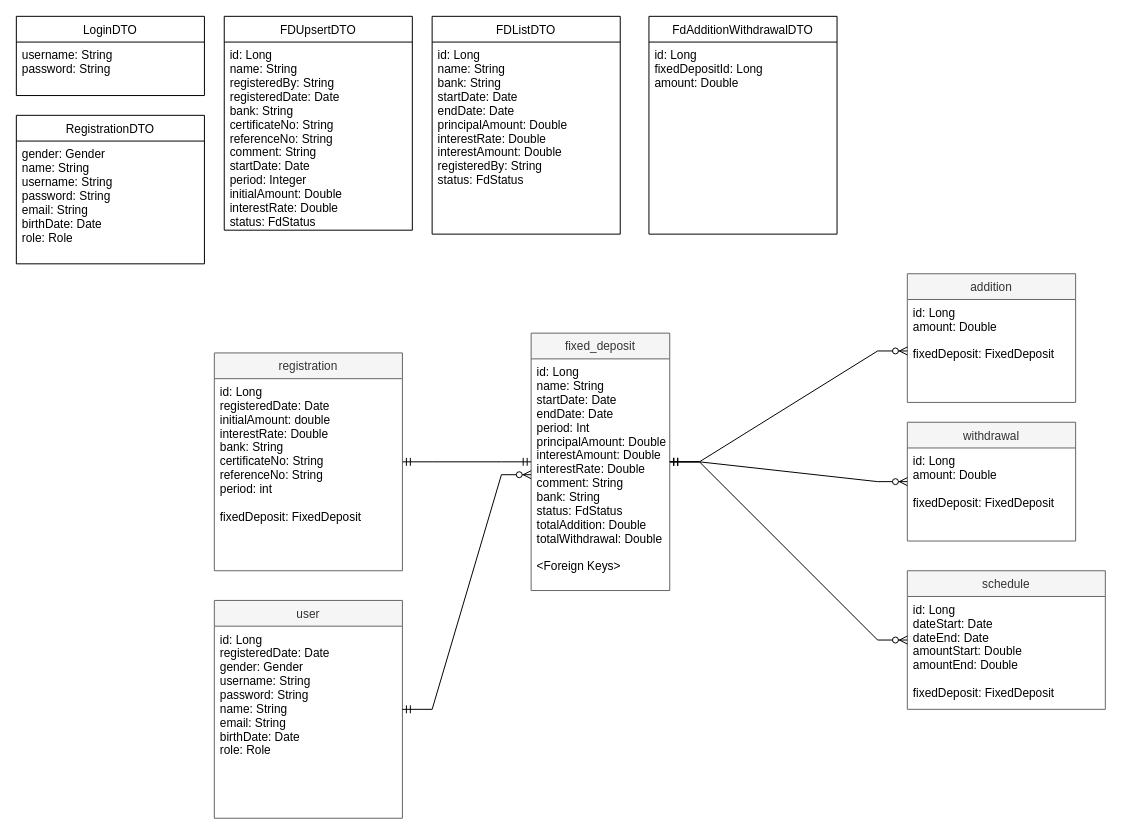
Earlier version of the draw.io diagram investment/ERD.drawio (AdmiJW/fixed_deposit_module). Source tidied: cells renumbered, new cells numbered last; positions are measured from the earlier drawing's top-left corner, leaving out a move shared by most shapes. Both pictures are drawn from the tidied source at 99%, with x=0, y=0 at pixel (16, 16).
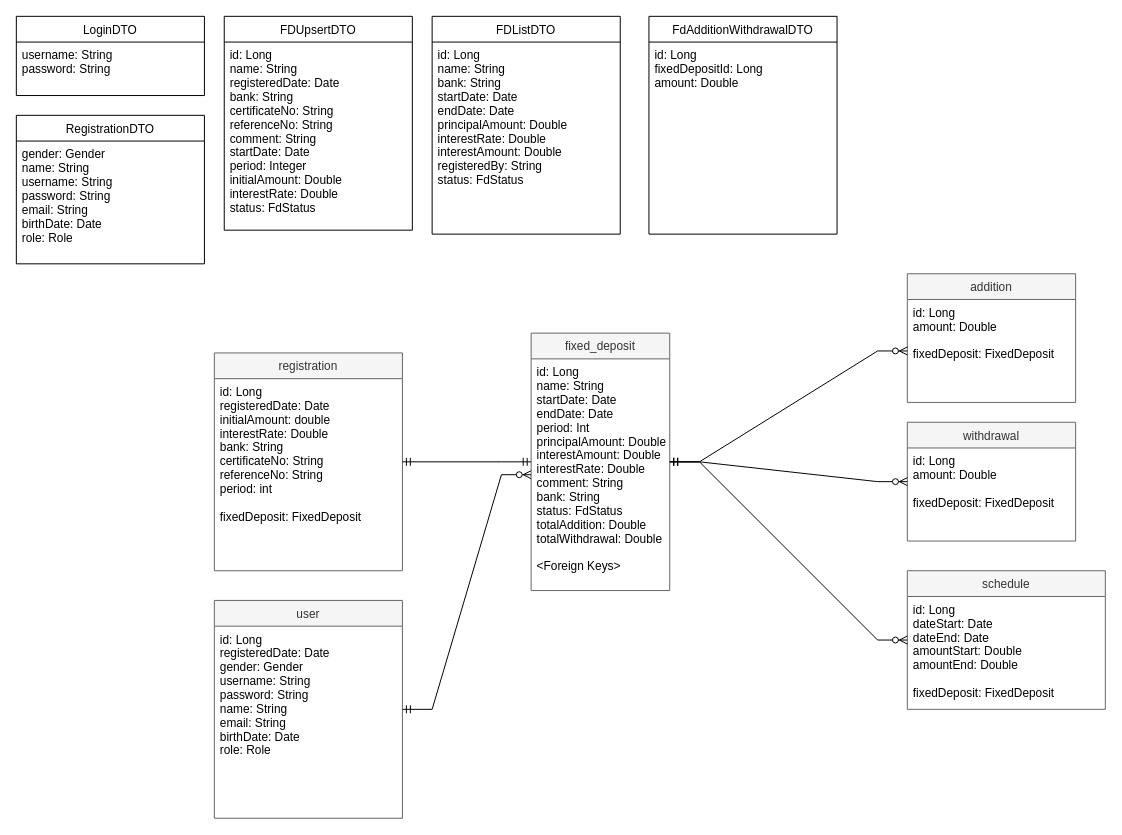
The same page after the edit.

The change refers to these unchanged cells:
```xml
<mxCell id="15" value="FDUpsertDTO" style="swimlane;fontStyle=0;horizontal=1;startSize=26;fillColor=none;" parent="1" vertex="1">
  <mxGeometry x="210" width="190" height="216" as="geometry" />
</mxCell>
```

Diff of the diagram source:
```diff
@@
-    <mxCell id="16" value="id: Long&#10;name: String&#10;registeredBy: String&#10;registeredDate: Date&#10;bank: String&#10;certificateNo: String&#10;referenceNo: String&#10;comment: String&#10;startDate: Date&#10;period: Integer&#10;initialAmount: Double&#10;interestRate: Double&#10;status: FdStatus" style="text;strokeColor=none;fillColor=none;align=left;verticalAlign=top;spacingLeft=4;spacingRight=4;overflow=hidden;" parent="15" vertex="1">
+    <mxCell id="16" value="id: Long&#10;name: String&#10;registeredDate: Date&#10;bank: String&#10;certificateNo: String&#10;referenceNo: String&#10;comment: String&#10;startDate: Date&#10;period: Integer&#10;initialAmount: Double&#10;interestRate: Double&#10;status: FdStatus" style="text;strokeColor=none;fillColor=none;align=left;verticalAlign=top;spacingLeft=4;spacingRight=4;overflow=hidden;" parent="15" vertex="1">
       <mxGeometry y="26" width="190" height="190" as="geometry" />
     </mxCell>
```
